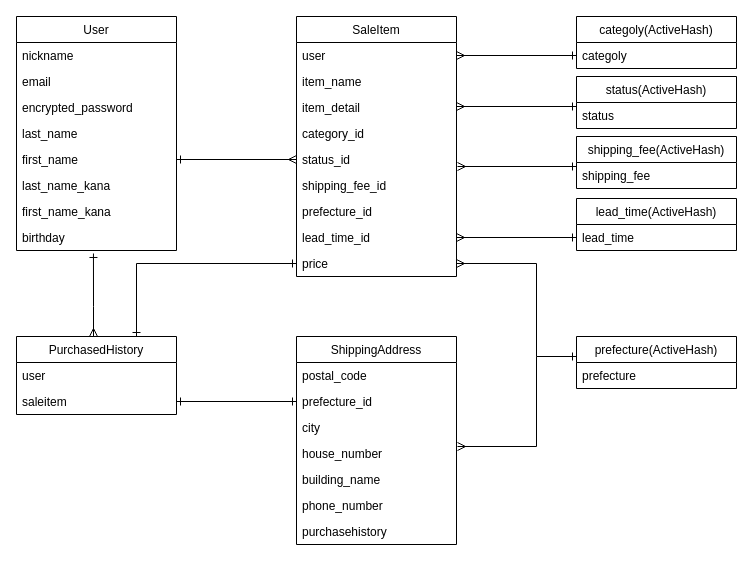
This is table.dio from KudouTom171/furima-33368, a draw.io file, before an edit. Source tidied: cells renumbered, new cells numbered last; positions are measured from the earlier drawing's top-left corner, leaving out a move shared by most shapes. Both pictures are drawn from the tidied source at 100%, with x=0, y=0 at pixel (16, 16).
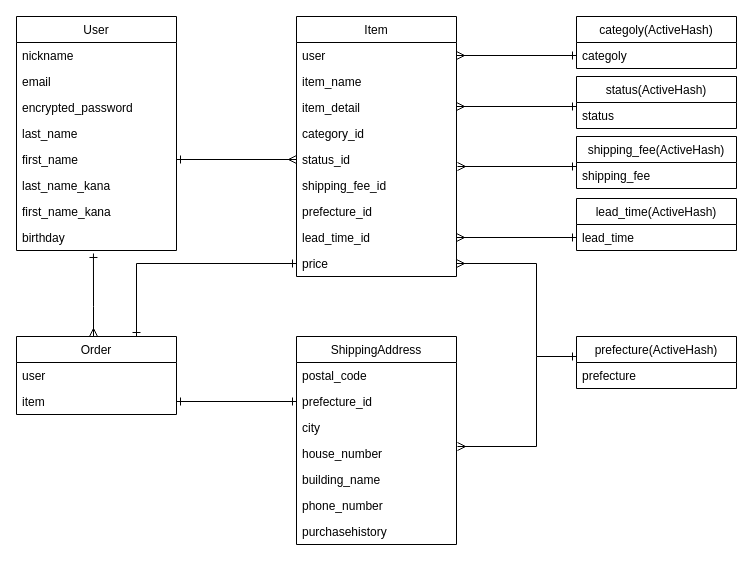
The same page after the edit.

The edit, as a diff of the source:
```diff
@@
-    <mxCell id="20" value="SaleItem" style="swimlane;fontStyle=0;horizontal=1;startSize=26;fillColor=none;" parent="1" vertex="1">
+    <mxCell id="20" value="Item" style="swimlane;fontStyle=0;horizontal=1;startSize=26;fillColor=none;" parent="1" vertex="1">
       <mxGeometry x="280" width="160" height="260" as="geometry" />
     </mxCell>
@@
-    <mxCell id="49" value="PurchasedHistory" style="swimlane;fontStyle=0;horizontal=1;startSize=26;fillColor=none;" parent="1" vertex="1">
+    <mxCell id="49" value="Order" style="swimlane;fontStyle=0;horizontal=1;startSize=26;fillColor=none;" parent="1" vertex="1">
       <mxGeometry y="320" width="160" height="78" as="geometry" />
     </mxCell>
@@
-    <mxCell id="51" value="saleitem" style="text;strokeColor=none;fillColor=none;align=left;verticalAlign=top;spacingLeft=4;spacingRight=4;overflow=hidden;" parent="49" vertex="1">
+    <mxCell id="51" value="item" style="text;strokeColor=none;fillColor=none;align=left;verticalAlign=top;spacingLeft=4;spacingRight=4;overflow=hidden;" parent="49" vertex="1">
       <mxGeometry y="52" width="160" height="26" as="geometry" />
     </mxCell>
```
